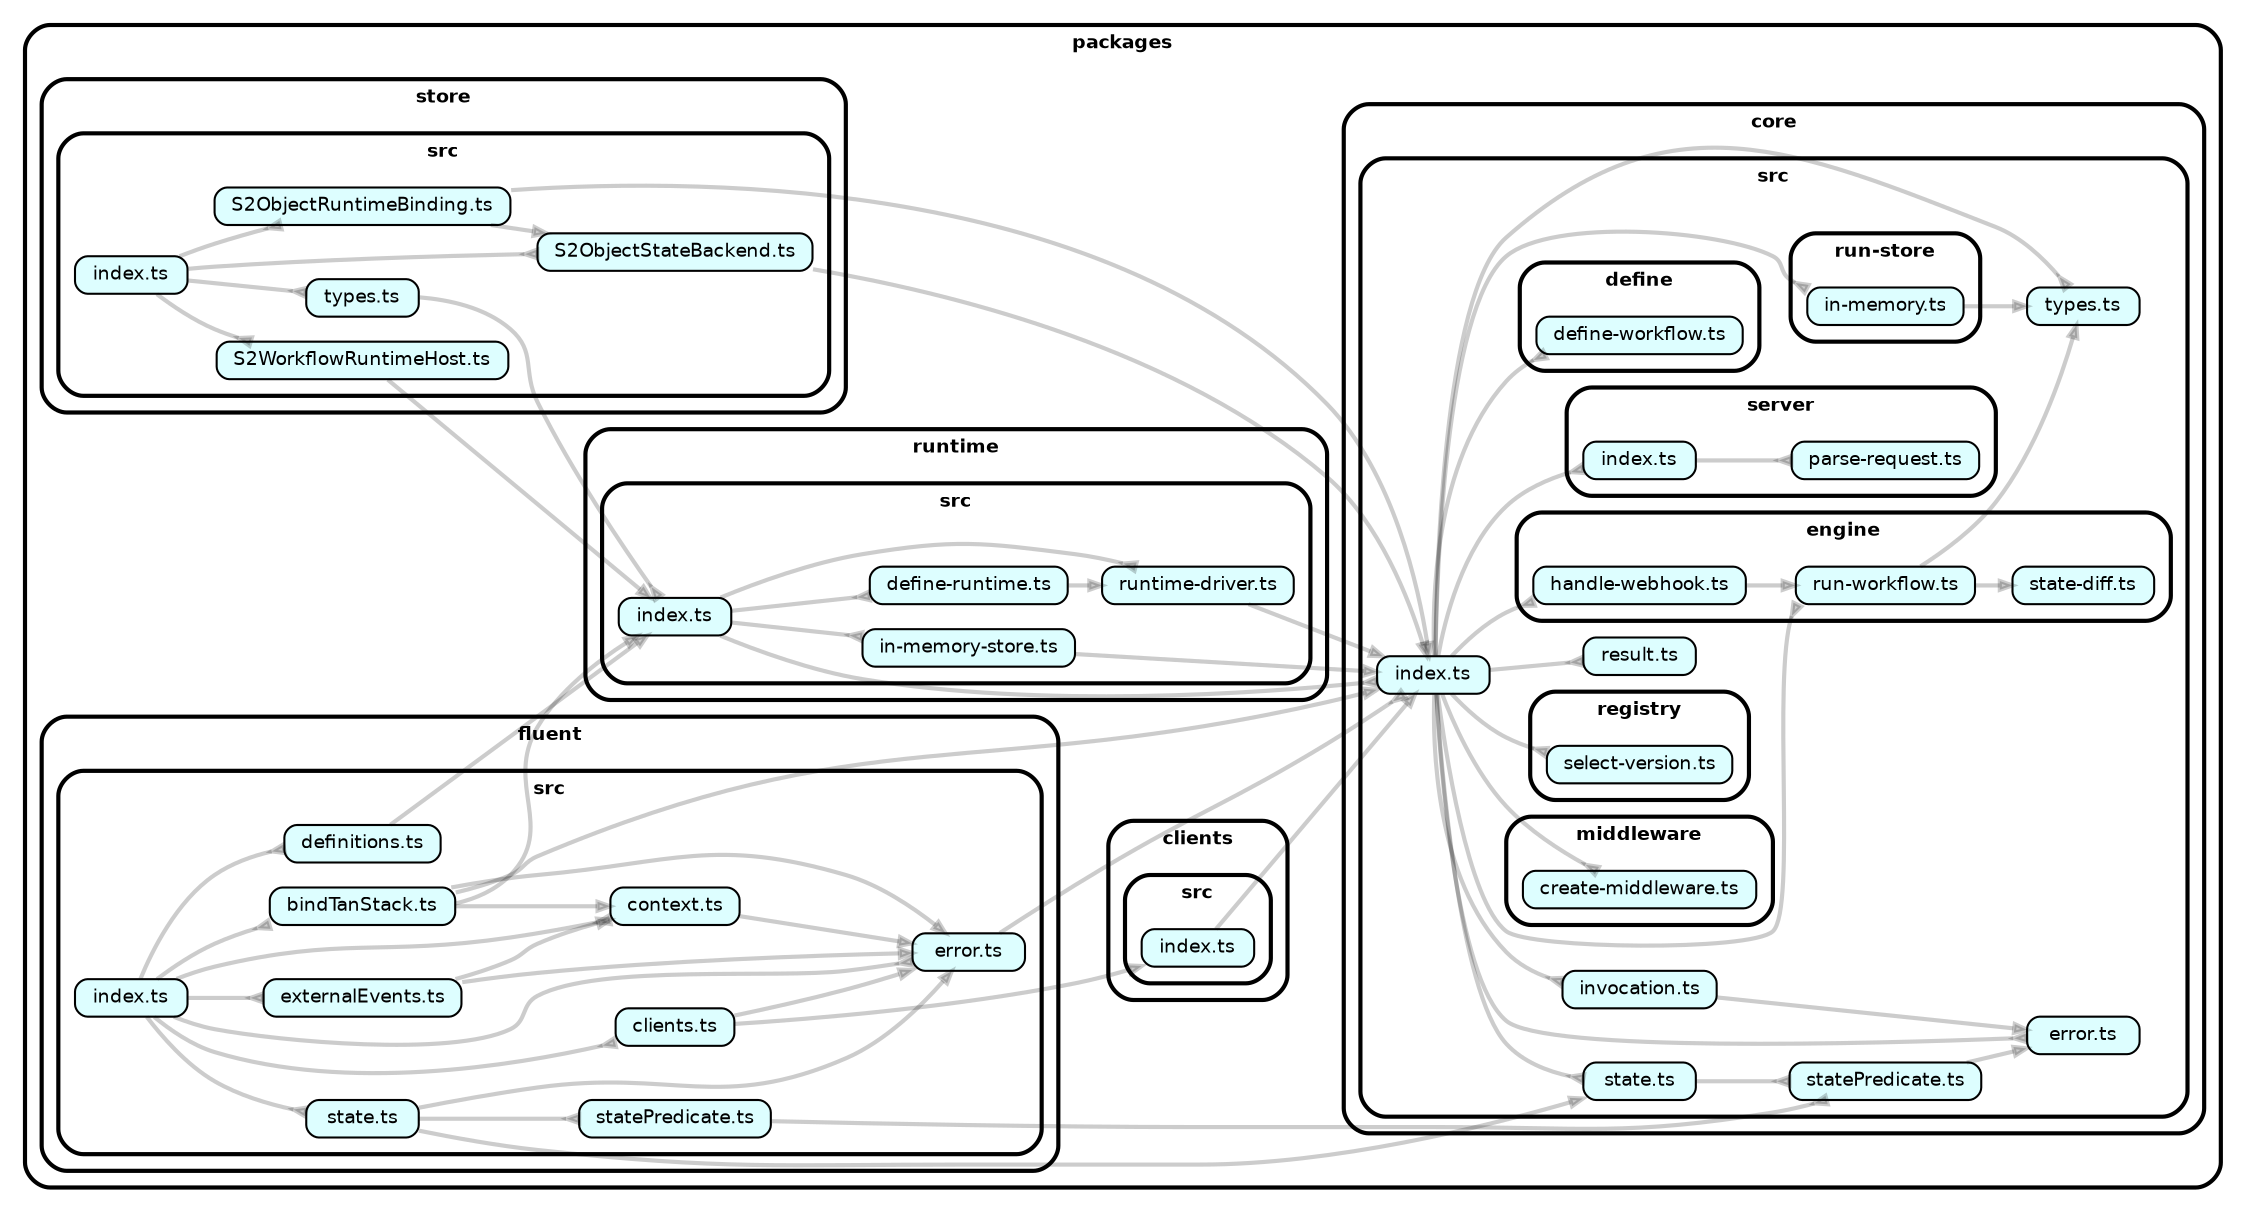
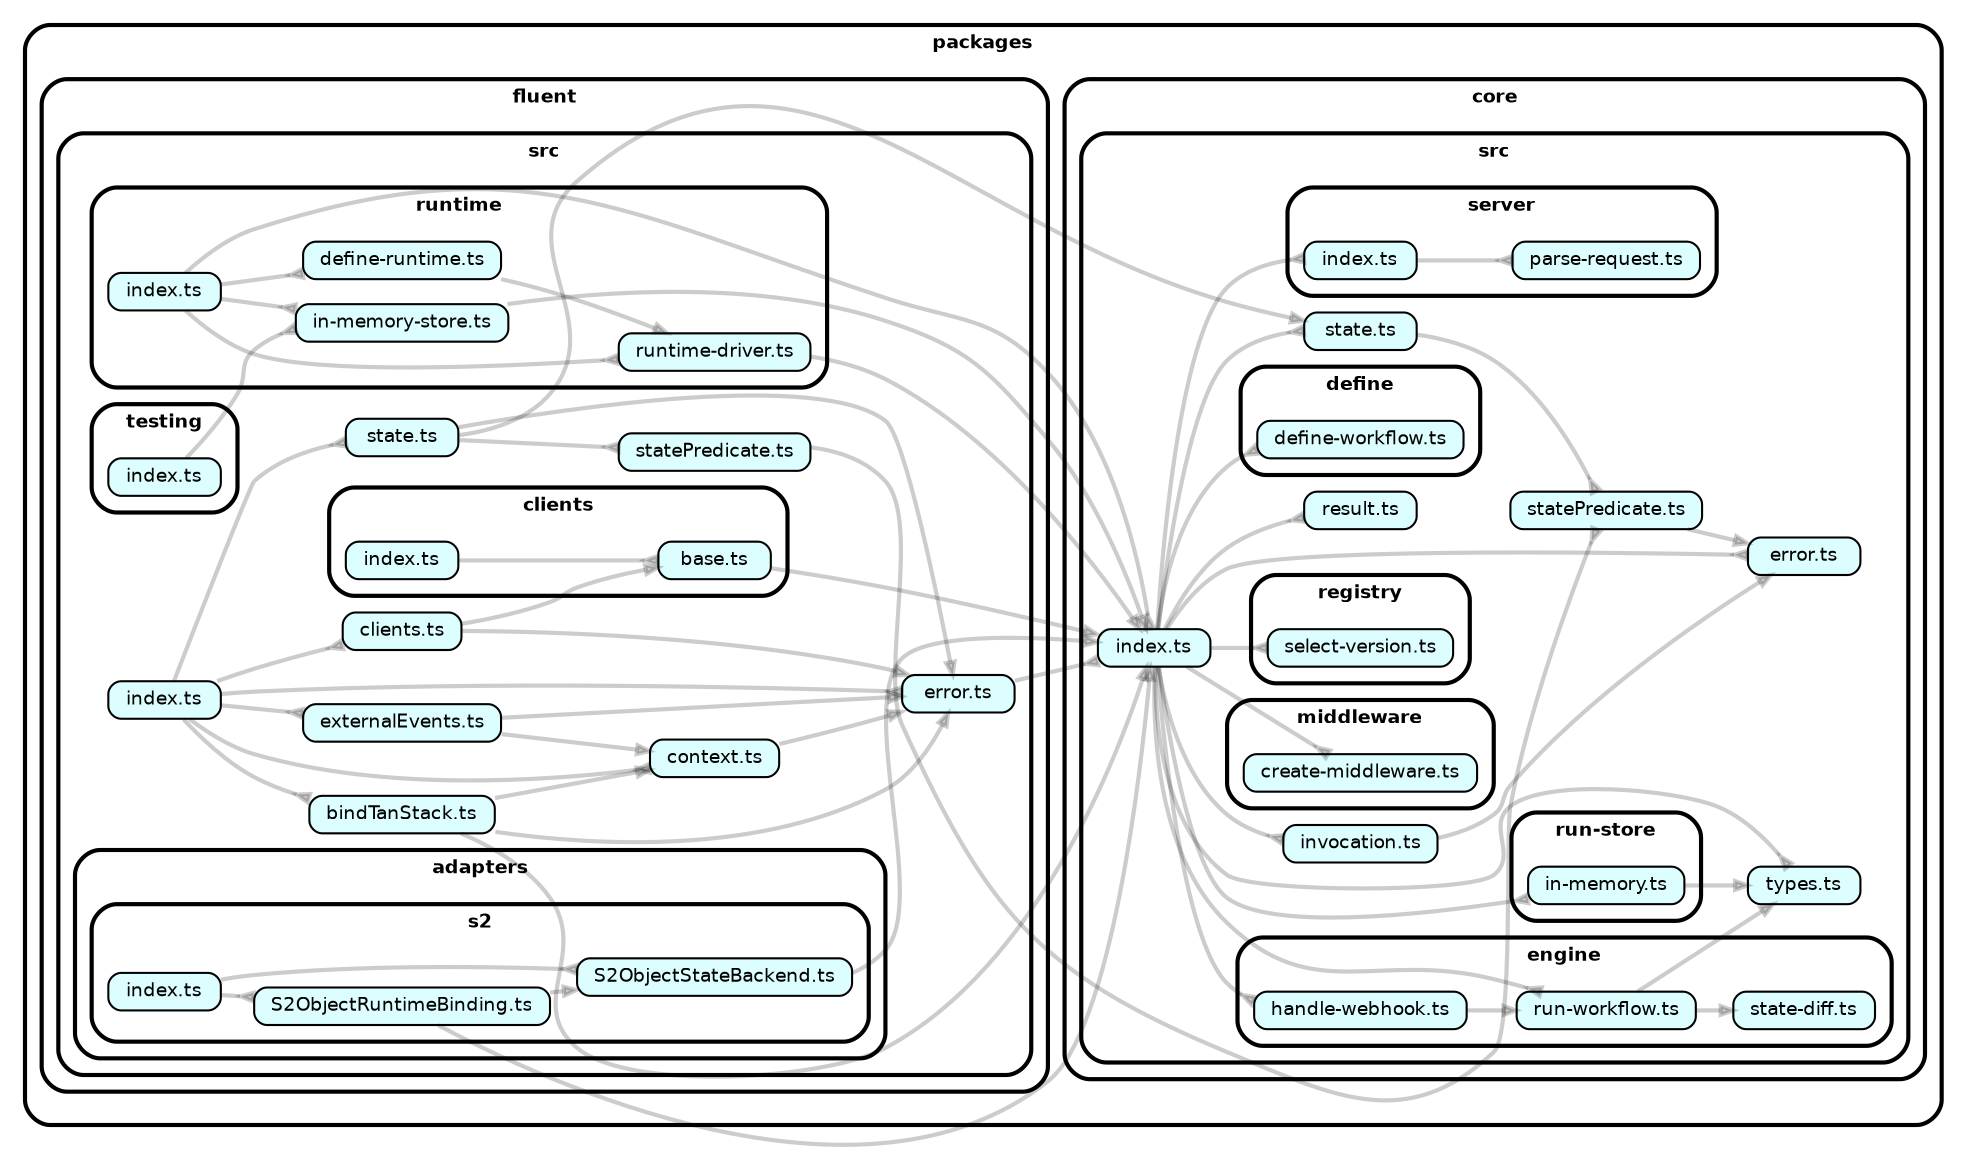
strict digraph "dependency-cruiser output"{
    rankdir="LR" splines="true" overlap="false" nodesep="0.16" ranksep="0.18" fontname="Helvetica-bold" fontsize="9" style="rounded,bold,filled" fillcolor="#ffffff" compound="true"
    node [shape="box" style="rounded, filled" height="0.2" color="black" fillcolor="#ffffcc" fontcolor="black" fontname="Helvetica" fontsize="9"]
    edge [arrowhead="normal" arrowsize="0.6" penwidth="2.0" color="#00000033" fontname="Helvetica" fontsize="9"]

-     subgraph "cluster_packages" {label="packages" subgraph "cluster_packages/clients" {label="clients" subgraph "cluster_packages/clients/src" {label="src" "packages/clients/src/index.ts" [label=<index.ts> tooltip="index.ts" URL="packages/clients/src/index.ts" fillcolor="#ddfeff"] } } }
-     "packages/clients/src/index.ts" -> "packages/core/src/index.ts"
    subgraph "cluster_packages" {label="packages" subgraph "cluster_packages/core" {label="core" subgraph "cluster_packages/core/src" {label="src" subgraph "cluster_packages/core/src/define" {label="define" "packages/core/src/define/define-workflow.ts" [label=<define-workflow.ts> tooltip="define-workflow.ts" URL="packages/core/src/define/define-workflow.ts" fillcolor="#ddfeff"] } } } }
    subgraph "cluster_packages" {label="packages" subgraph "cluster_packages/core" {label="core" subgraph "cluster_packages/core/src" {label="src" subgraph "cluster_packages/core/src/engine" {label="engine" "packages/core/src/engine/handle-webhook.ts" [label=<handle-webhook.ts> tooltip="handle-webhook.ts" URL="packages/core/src/engine/handle-webhook.ts" fillcolor="#ddfeff"] } } } }
    "packages/core/src/engine/handle-webhook.ts" -> "packages/core/src/engine/run-workflow.ts"
    subgraph "cluster_packages" {label="packages" subgraph "cluster_packages/core" {label="core" subgraph "cluster_packages/core/src" {label="src" subgraph "cluster_packages/core/src/engine" {label="engine" "packages/core/src/engine/run-workflow.ts" [label=<run-workflow.ts> tooltip="run-workflow.ts" URL="packages/core/src/engine/run-workflow.ts" fillcolor="#ddfeff"] } } } }
    "packages/core/src/engine/run-workflow.ts" -> "packages/core/src/types.ts"
    "packages/core/src/engine/run-workflow.ts" -> "packages/core/src/engine/state-diff.ts"
    subgraph "cluster_packages" {label="packages" subgraph "cluster_packages/core" {label="core" subgraph "cluster_packages/core/src" {label="src" subgraph "cluster_packages/core/src/engine" {label="engine" "packages/core/src/engine/state-diff.ts" [label=<state-diff.ts> tooltip="state-diff.ts" URL="packages/core/src/engine/state-diff.ts" fillcolor="#ddfeff"] } } } }
    subgraph "cluster_packages" {label="packages" subgraph "cluster_packages/core" {label="core" subgraph "cluster_packages/core/src" {label="src" "packages/core/src/error.ts" [label=<error.ts> tooltip="error.ts" URL="packages/core/src/error.ts" fillcolor="#ddfeff"] } } }
    subgraph "cluster_packages" {label="packages" subgraph "cluster_packages/core" {label="core" subgraph "cluster_packages/core/src" {label="src" "packages/core/src/index.ts" [label=<index.ts> tooltip="index.ts" URL="packages/core/src/index.ts" fillcolor="#ddfeff"] } } }
    "packages/core/src/index.ts" -> "packages/core/src/define/define-workflow.ts" [arrowhead="inv"]
    "packages/core/src/index.ts" -> "packages/core/src/engine/handle-webhook.ts" [arrowhead="inv"]
    "packages/core/src/index.ts" -> "packages/core/src/engine/run-workflow.ts" [arrowhead="inv"]
    "packages/core/src/index.ts" -> "packages/core/src/error.ts" [arrowhead="inv"]
    "packages/core/src/index.ts" -> "packages/core/src/invocation.ts" [arrowhead="inv"]
    "packages/core/src/index.ts" -> "packages/core/src/middleware/create-middleware.ts" [arrowhead="inv"]
    "packages/core/src/index.ts" -> "packages/core/src/registry/select-version.ts" [arrowhead="inv"]
    "packages/core/src/index.ts" -> "packages/core/src/result.ts" [arrowhead="inv"]
    "packages/core/src/index.ts" -> "packages/core/src/run-store/in-memory.ts" [arrowhead="inv"]
    "packages/core/src/index.ts" -> "packages/core/src/server/index.ts" [arrowhead="inv"]
    "packages/core/src/index.ts" -> "packages/core/src/state.ts" [arrowhead="inv"]
    "packages/core/src/index.ts" -> "packages/core/src/types.ts" [arrowhead="inv"]
    subgraph "cluster_packages" {label="packages" subgraph "cluster_packages/core" {label="core" subgraph "cluster_packages/core/src" {label="src" "packages/core/src/invocation.ts" [label=<invocation.ts> tooltip="invocation.ts" URL="packages/core/src/invocation.ts" fillcolor="#ddfeff"] } } }
    "packages/core/src/invocation.ts" -> "packages/core/src/error.ts"
    subgraph "cluster_packages" {label="packages" subgraph "cluster_packages/core" {label="core" subgraph "cluster_packages/core/src" {label="src" subgraph "cluster_packages/core/src/middleware" {label="middleware" "packages/core/src/middleware/create-middleware.ts" [label=<create-middleware.ts> tooltip="create-middleware.ts" URL="packages/core/src/middleware/create-middleware.ts" fillcolor="#ddfeff"] } } } }
    subgraph "cluster_packages" {label="packages" subgraph "cluster_packages/core" {label="core" subgraph "cluster_packages/core/src" {label="src" subgraph "cluster_packages/core/src/registry" {label="registry" "packages/core/src/registry/select-version.ts" [label=<select-version.ts> tooltip="select-version.ts" URL="packages/core/src/registry/select-version.ts" fillcolor="#ddfeff"] } } } }
    subgraph "cluster_packages" {label="packages" subgraph "cluster_packages/core" {label="core" subgraph "cluster_packages/core/src" {label="src" "packages/core/src/result.ts" [label=<result.ts> tooltip="result.ts" URL="packages/core/src/result.ts" fillcolor="#ddfeff"] } } }
    subgraph "cluster_packages" {label="packages" subgraph "cluster_packages/core" {label="core" subgraph "cluster_packages/core/src" {label="src" subgraph "cluster_packages/core/src/run-store" {label="run-store" "packages/core/src/run-store/in-memory.ts" [label=<in-memory.ts> tooltip="in-memory.ts" URL="packages/core/src/run-store/in-memory.ts" fillcolor="#ddfeff"] } } } }
    "packages/core/src/run-store/in-memory.ts" -> "packages/core/src/types.ts"
    subgraph "cluster_packages" {label="packages" subgraph "cluster_packages/core" {label="core" subgraph "cluster_packages/core/src" {label="src" subgraph "cluster_packages/core/src/server" {label="server" "packages/core/src/server/index.ts" [label=<index.ts> tooltip="index.ts" URL="packages/core/src/server/index.ts" fillcolor="#ddfeff"] } } } }
    "packages/core/src/server/index.ts" -> "packages/core/src/server/parse-request.ts" [arrowhead="inv"]
    subgraph "cluster_packages" {label="packages" subgraph "cluster_packages/core" {label="core" subgraph "cluster_packages/core/src" {label="src" subgraph "cluster_packages/core/src/server" {label="server" "packages/core/src/server/parse-request.ts" [label=<parse-request.ts> tooltip="parse-request.ts" URL="packages/core/src/server/parse-request.ts" fillcolor="#ddfeff"] } } } }
    subgraph "cluster_packages" {label="packages" subgraph "cluster_packages/core" {label="core" subgraph "cluster_packages/core/src" {label="src" "packages/core/src/state.ts" [label=<state.ts> tooltip="state.ts" URL="packages/core/src/state.ts" fillcolor="#ddfeff"] } } }
    "packages/core/src/state.ts" -> "packages/core/src/statePredicate.ts" [arrowhead="inv"]
    subgraph "cluster_packages" {label="packages" subgraph "cluster_packages/core" {label="core" subgraph "cluster_packages/core/src" {label="src" "packages/core/src/statePredicate.ts" [label=<statePredicate.ts> tooltip="statePredicate.ts" URL="packages/core/src/statePredicate.ts" fillcolor="#ddfeff"] } } }
    "packages/core/src/statePredicate.ts" -> "packages/core/src/error.ts"
    subgraph "cluster_packages" {label="packages" subgraph "cluster_packages/core" {label="core" subgraph "cluster_packages/core/src" {label="src" "packages/core/src/types.ts" [label=<types.ts> tooltip="types.ts" URL="packages/core/src/types.ts" fillcolor="#ddfeff"] } } }
+     subgraph "cluster_packages" {label="packages" subgraph "cluster_packages/fluent" {label="fluent" subgraph "cluster_packages/fluent/src" {label="src" subgraph "cluster_packages/fluent/src/adapters" {label="adapters" subgraph "cluster_packages/fluent/src/adapters/s2" {label="s2" "packages/fluent/src/adapters/s2/S2ObjectRuntimeBinding.ts" [label=<S2ObjectRuntimeBinding.ts> tooltip="S2ObjectRuntimeBinding.ts" URL="packages/fluent/src/adapters/s2/S2ObjectRuntimeBinding.ts" fillcolor="#ddfeff"] } } } } }
+     "packages/fluent/src/adapters/s2/S2ObjectRuntimeBinding.ts" -> "packages/fluent/src/adapters/s2/S2ObjectStateBackend.ts"
+     "packages/fluent/src/adapters/s2/S2ObjectRuntimeBinding.ts" -> "packages/core/src/index.ts"
+     subgraph "cluster_packages" {label="packages" subgraph "cluster_packages/fluent" {label="fluent" subgraph "cluster_packages/fluent/src" {label="src" subgraph "cluster_packages/fluent/src/adapters" {label="adapters" subgraph "cluster_packages/fluent/src/adapters/s2" {label="s2" "packages/fluent/src/adapters/s2/S2ObjectStateBackend.ts" [label=<S2ObjectStateBackend.ts> tooltip="S2ObjectStateBackend.ts" URL="packages/fluent/src/adapters/s2/S2ObjectStateBackend.ts" fillcolor="#ddfeff"] } } } } }
+     "packages/fluent/src/adapters/s2/S2ObjectStateBackend.ts" -> "packages/core/src/index.ts"
+     subgraph "cluster_packages" {label="packages" subgraph "cluster_packages/fluent" {label="fluent" subgraph "cluster_packages/fluent/src" {label="src" subgraph "cluster_packages/fluent/src/adapters" {label="adapters" subgraph "cluster_packages/fluent/src/adapters/s2" {label="s2" "packages/fluent/src/adapters/s2/index.ts" [label=<index.ts> tooltip="index.ts" URL="packages/fluent/src/adapters/s2/index.ts" fillcolor="#ddfeff"] } } } } }
+     "packages/fluent/src/adapters/s2/index.ts" -> "packages/fluent/src/adapters/s2/S2ObjectRuntimeBinding.ts" [arrowhead="inv"]
+     "packages/fluent/src/adapters/s2/index.ts" -> "packages/fluent/src/adapters/s2/S2ObjectStateBackend.ts" [arrowhead="inv"]
    subgraph "cluster_packages" {label="packages" subgraph "cluster_packages/fluent" {label="fluent" subgraph "cluster_packages/fluent/src" {label="src" "packages/fluent/src/bindTanStack.ts" [label=<bindTanStack.ts> tooltip="bindTanStack.ts" URL="packages/fluent/src/bindTanStack.ts" fillcolor="#ddfeff"] } } }
    "packages/fluent/src/bindTanStack.ts" -> "packages/fluent/src/context.ts"
    "packages/fluent/src/bindTanStack.ts" -> "packages/fluent/src/error.ts"
    "packages/fluent/src/bindTanStack.ts" -> "packages/core/src/index.ts"
-     "packages/fluent/src/bindTanStack.ts" -> "packages/runtime/src/index.ts"
    subgraph "cluster_packages" {label="packages" subgraph "cluster_packages/fluent" {label="fluent" subgraph "cluster_packages/fluent/src" {label="src" "packages/fluent/src/clients.ts" [label=<clients.ts> tooltip="clients.ts" URL="packages/fluent/src/clients.ts" fillcolor="#ddfeff"] } } }
+     "packages/fluent/src/clients.ts" -> "packages/fluent/src/clients/base.ts"
    "packages/fluent/src/clients.ts" -> "packages/fluent/src/error.ts"
-     "packages/fluent/src/clients.ts" -> "packages/clients/src/index.ts"
+     subgraph "cluster_packages" {label="packages" subgraph "cluster_packages/fluent" {label="fluent" subgraph "cluster_packages/fluent/src" {label="src" subgraph "cluster_packages/fluent/src/clients" {label="clients" "packages/fluent/src/clients/base.ts" [label=<base.ts> tooltip="base.ts" URL="packages/fluent/src/clients/base.ts" fillcolor="#ddfeff"] } } } }
+     "packages/fluent/src/clients/base.ts" -> "packages/core/src/index.ts"
+     subgraph "cluster_packages" {label="packages" subgraph "cluster_packages/fluent" {label="fluent" subgraph "cluster_packages/fluent/src" {label="src" subgraph "cluster_packages/fluent/src/clients" {label="clients" "packages/fluent/src/clients/index.ts" [label=<index.ts> tooltip="index.ts" URL="packages/fluent/src/clients/index.ts" fillcolor="#ddfeff"] } } } }
+     "packages/fluent/src/clients/index.ts" -> "packages/fluent/src/clients/base.ts" [arrowhead="inv"]
    subgraph "cluster_packages" {label="packages" subgraph "cluster_packages/fluent" {label="fluent" subgraph "cluster_packages/fluent/src" {label="src" "packages/fluent/src/context.ts" [label=<context.ts> tooltip="context.ts" URL="packages/fluent/src/context.ts" fillcolor="#ddfeff"] } } }
    "packages/fluent/src/context.ts" -> "packages/fluent/src/error.ts"
-     subgraph "cluster_packages" {label="packages" subgraph "cluster_packages/fluent" {label="fluent" subgraph "cluster_packages/fluent/src" {label="src" "packages/fluent/src/definitions.ts" [label=<definitions.ts> tooltip="definitions.ts" URL="packages/fluent/src/definitions.ts" fillcolor="#ddfeff"] } } }
-     "packages/fluent/src/definitions.ts" -> "packages/runtime/src/index.ts"
    subgraph "cluster_packages" {label="packages" subgraph "cluster_packages/fluent" {label="fluent" subgraph "cluster_packages/fluent/src" {label="src" "packages/fluent/src/error.ts" [label=<error.ts> tooltip="error.ts" URL="packages/fluent/src/error.ts" fillcolor="#ddfeff"] } } }
    "packages/fluent/src/error.ts" -> "packages/core/src/index.ts" [arrowhead="inv"]
    subgraph "cluster_packages" {label="packages" subgraph "cluster_packages/fluent" {label="fluent" subgraph "cluster_packages/fluent/src" {label="src" "packages/fluent/src/externalEvents.ts" [label=<externalEvents.ts> tooltip="externalEvents.ts" URL="packages/fluent/src/externalEvents.ts" fillcolor="#ddfeff"] } } }
    "packages/fluent/src/externalEvents.ts" -> "packages/fluent/src/context.ts"
    "packages/fluent/src/externalEvents.ts" -> "packages/fluent/src/error.ts"
    subgraph "cluster_packages" {label="packages" subgraph "cluster_packages/fluent" {label="fluent" subgraph "cluster_packages/fluent/src" {label="src" "packages/fluent/src/index.ts" [label=<index.ts> tooltip="index.ts" URL="packages/fluent/src/index.ts" fillcolor="#ddfeff"] } } }
    "packages/fluent/src/index.ts" -> "packages/fluent/src/bindTanStack.ts" [arrowhead="inv"]
    "packages/fluent/src/index.ts" -> "packages/fluent/src/clients.ts" [arrowhead="inv"]
    "packages/fluent/src/index.ts" -> "packages/fluent/src/context.ts" [arrowhead="inv"]
-     "packages/fluent/src/index.ts" -> "packages/fluent/src/definitions.ts" [arrowhead="inv"]
    "packages/fluent/src/index.ts" -> "packages/fluent/src/error.ts" [arrowhead="inv"]
    "packages/fluent/src/index.ts" -> "packages/fluent/src/externalEvents.ts" [arrowhead="inv"]
    "packages/fluent/src/index.ts" -> "packages/fluent/src/state.ts" [arrowhead="inv"]
+     subgraph "cluster_packages" {label="packages" subgraph "cluster_packages/fluent" {label="fluent" subgraph "cluster_packages/fluent/src" {label="src" subgraph "cluster_packages/fluent/src/runtime" {label="runtime" "packages/fluent/src/runtime/define-runtime.ts" [label=<define-runtime.ts> tooltip="define-runtime.ts" URL="packages/fluent/src/runtime/define-runtime.ts" fillcolor="#ddfeff"] } } } }
+     "packages/fluent/src/runtime/define-runtime.ts" -> "packages/fluent/src/runtime/runtime-driver.ts"
+     subgraph "cluster_packages" {label="packages" subgraph "cluster_packages/fluent" {label="fluent" subgraph "cluster_packages/fluent/src" {label="src" subgraph "cluster_packages/fluent/src/runtime" {label="runtime" "packages/fluent/src/runtime/in-memory-store.ts" [label=<in-memory-store.ts> tooltip="in-memory-store.ts" URL="packages/fluent/src/runtime/in-memory-store.ts" fillcolor="#ddfeff"] } } } }
+     "packages/fluent/src/runtime/in-memory-store.ts" -> "packages/core/src/index.ts"
+     subgraph "cluster_packages" {label="packages" subgraph "cluster_packages/fluent" {label="fluent" subgraph "cluster_packages/fluent/src" {label="src" subgraph "cluster_packages/fluent/src/runtime" {label="runtime" "packages/fluent/src/runtime/index.ts" [label=<index.ts> tooltip="index.ts" URL="packages/fluent/src/runtime/index.ts" fillcolor="#ddfeff"] } } } }
+     "packages/fluent/src/runtime/index.ts" -> "packages/fluent/src/runtime/define-runtime.ts" [arrowhead="inv"]
+     "packages/fluent/src/runtime/index.ts" -> "packages/fluent/src/runtime/in-memory-store.ts" [arrowhead="inv"]
+     "packages/fluent/src/runtime/index.ts" -> "packages/fluent/src/runtime/runtime-driver.ts" [arrowhead="inv"]
+     "packages/fluent/src/runtime/index.ts" -> "packages/core/src/index.ts" [arrowhead="inv"]
+     subgraph "cluster_packages" {label="packages" subgraph "cluster_packages/fluent" {label="fluent" subgraph "cluster_packages/fluent/src" {label="src" subgraph "cluster_packages/fluent/src/runtime" {label="runtime" "packages/fluent/src/runtime/runtime-driver.ts" [label=<runtime-driver.ts> tooltip="runtime-driver.ts" URL="packages/fluent/src/runtime/runtime-driver.ts" fillcolor="#ddfeff"] } } } }
+     "packages/fluent/src/runtime/runtime-driver.ts" -> "packages/core/src/index.ts"
    subgraph "cluster_packages" {label="packages" subgraph "cluster_packages/fluent" {label="fluent" subgraph "cluster_packages/fluent/src" {label="src" "packages/fluent/src/state.ts" [label=<state.ts> tooltip="state.ts" URL="packages/fluent/src/state.ts" fillcolor="#ddfeff"] } } }
    "packages/fluent/src/state.ts" -> "packages/fluent/src/error.ts"
    "packages/fluent/src/state.ts" -> "packages/fluent/src/statePredicate.ts" [arrowhead="inv"]
    "packages/fluent/src/state.ts" -> "packages/core/src/state.ts"
    subgraph "cluster_packages" {label="packages" subgraph "cluster_packages/fluent" {label="fluent" subgraph "cluster_packages/fluent/src" {label="src" "packages/fluent/src/statePredicate.ts" [label=<statePredicate.ts> tooltip="statePredicate.ts" URL="packages/fluent/src/statePredicate.ts" fillcolor="#ddfeff"] } } }
    "packages/fluent/src/statePredicate.ts" -> "packages/core/src/statePredicate.ts" [arrowhead="inv"]
-     subgraph "cluster_packages" {label="packages" subgraph "cluster_packages/runtime" {label="runtime" subgraph "cluster_packages/runtime/src" {label="src" "packages/runtime/src/define-runtime.ts" [label=<define-runtime.ts> tooltip="define-runtime.ts" URL="packages/runtime/src/define-runtime.ts" fillcolor="#ddfeff"] } } }
-     "packages/runtime/src/define-runtime.ts" -> "packages/runtime/src/runtime-driver.ts"
-     subgraph "cluster_packages" {label="packages" subgraph "cluster_packages/runtime" {label="runtime" subgraph "cluster_packages/runtime/src" {label="src" "packages/runtime/src/in-memory-store.ts" [label=<in-memory-store.ts> tooltip="in-memory-store.ts" URL="packages/runtime/src/in-memory-store.ts" fillcolor="#ddfeff"] } } }
-     "packages/runtime/src/in-memory-store.ts" -> "packages/core/src/index.ts"
-     subgraph "cluster_packages" {label="packages" subgraph "cluster_packages/runtime" {label="runtime" subgraph "cluster_packages/runtime/src" {label="src" "packages/runtime/src/index.ts" [label=<index.ts> tooltip="index.ts" URL="packages/runtime/src/index.ts" fillcolor="#ddfeff"] } } }
-     "packages/runtime/src/index.ts" -> "packages/runtime/src/define-runtime.ts" [arrowhead="inv"]
-     "packages/runtime/src/index.ts" -> "packages/runtime/src/in-memory-store.ts" [arrowhead="inv"]
-     "packages/runtime/src/index.ts" -> "packages/runtime/src/runtime-driver.ts" [arrowhead="inv"]
-     "packages/runtime/src/index.ts" -> "packages/core/src/index.ts" [arrowhead="inv"]
-     subgraph "cluster_packages" {label="packages" subgraph "cluster_packages/runtime" {label="runtime" subgraph "cluster_packages/runtime/src" {label="src" "packages/runtime/src/runtime-driver.ts" [label=<runtime-driver.ts> tooltip="runtime-driver.ts" URL="packages/runtime/src/runtime-driver.ts" fillcolor="#ddfeff"] } } }
-     "packages/runtime/src/runtime-driver.ts" -> "packages/core/src/index.ts"
-     subgraph "cluster_packages" {label="packages" subgraph "cluster_packages/store" {label="store" subgraph "cluster_packages/store/src" {label="src" "packages/store/src/S2ObjectRuntimeBinding.ts" [label=<S2ObjectRuntimeBinding.ts> tooltip="S2ObjectRuntimeBinding.ts" URL="packages/store/src/S2ObjectRuntimeBinding.ts" fillcolor="#ddfeff"] } } }
-     "packages/store/src/S2ObjectRuntimeBinding.ts" -> "packages/store/src/S2ObjectStateBackend.ts"
-     "packages/store/src/S2ObjectRuntimeBinding.ts" -> "packages/core/src/index.ts"
-     subgraph "cluster_packages" {label="packages" subgraph "cluster_packages/store" {label="store" subgraph "cluster_packages/store/src" {label="src" "packages/store/src/S2ObjectStateBackend.ts" [label=<S2ObjectStateBackend.ts> tooltip="S2ObjectStateBackend.ts" URL="packages/store/src/S2ObjectStateBackend.ts" fillcolor="#ddfeff"] } } }
-     "packages/store/src/S2ObjectStateBackend.ts" -> "packages/core/src/index.ts"
-     subgraph "cluster_packages" {label="packages" subgraph "cluster_packages/store" {label="store" subgraph "cluster_packages/store/src" {label="src" "packages/store/src/S2WorkflowRuntimeHost.ts" [label=<S2WorkflowRuntimeHost.ts> tooltip="S2WorkflowRuntimeHost.ts" URL="packages/store/src/S2WorkflowRuntimeHost.ts" fillcolor="#ddfeff"] } } }
-     "packages/store/src/S2WorkflowRuntimeHost.ts" -> "packages/runtime/src/index.ts"
-     subgraph "cluster_packages" {label="packages" subgraph "cluster_packages/store" {label="store" subgraph "cluster_packages/store/src" {label="src" "packages/store/src/index.ts" [label=<index.ts> tooltip="index.ts" URL="packages/store/src/index.ts" fillcolor="#ddfeff"] } } }
-     "packages/store/src/index.ts" -> "packages/store/src/S2ObjectRuntimeBinding.ts" [arrowhead="inv"]
-     "packages/store/src/index.ts" -> "packages/store/src/S2ObjectStateBackend.ts" [arrowhead="inv"]
-     "packages/store/src/index.ts" -> "packages/store/src/S2WorkflowRuntimeHost.ts" [arrowhead="inv"]
-     "packages/store/src/index.ts" -> "packages/store/src/types.ts" [arrowhead="inv"]
-     subgraph "cluster_packages" {label="packages" subgraph "cluster_packages/store" {label="store" subgraph "cluster_packages/store/src" {label="src" "packages/store/src/types.ts" [label=<types.ts> tooltip="types.ts" URL="packages/store/src/types.ts" fillcolor="#ddfeff"] } } }
-     "packages/store/src/types.ts" -> "packages/runtime/src/index.ts" [arrowhead="inv"]
+     subgraph "cluster_packages" {label="packages" subgraph "cluster_packages/fluent" {label="fluent" subgraph "cluster_packages/fluent/src" {label="src" subgraph "cluster_packages/fluent/src/testing" {label="testing" "packages/fluent/src/testing/index.ts" [label=<index.ts> tooltip="index.ts" URL="packages/fluent/src/testing/index.ts" fillcolor="#ddfeff"] } } } }
+     "packages/fluent/src/testing/index.ts" -> "packages/fluent/src/runtime/in-memory-store.ts" [arrowhead="inv"]
}
